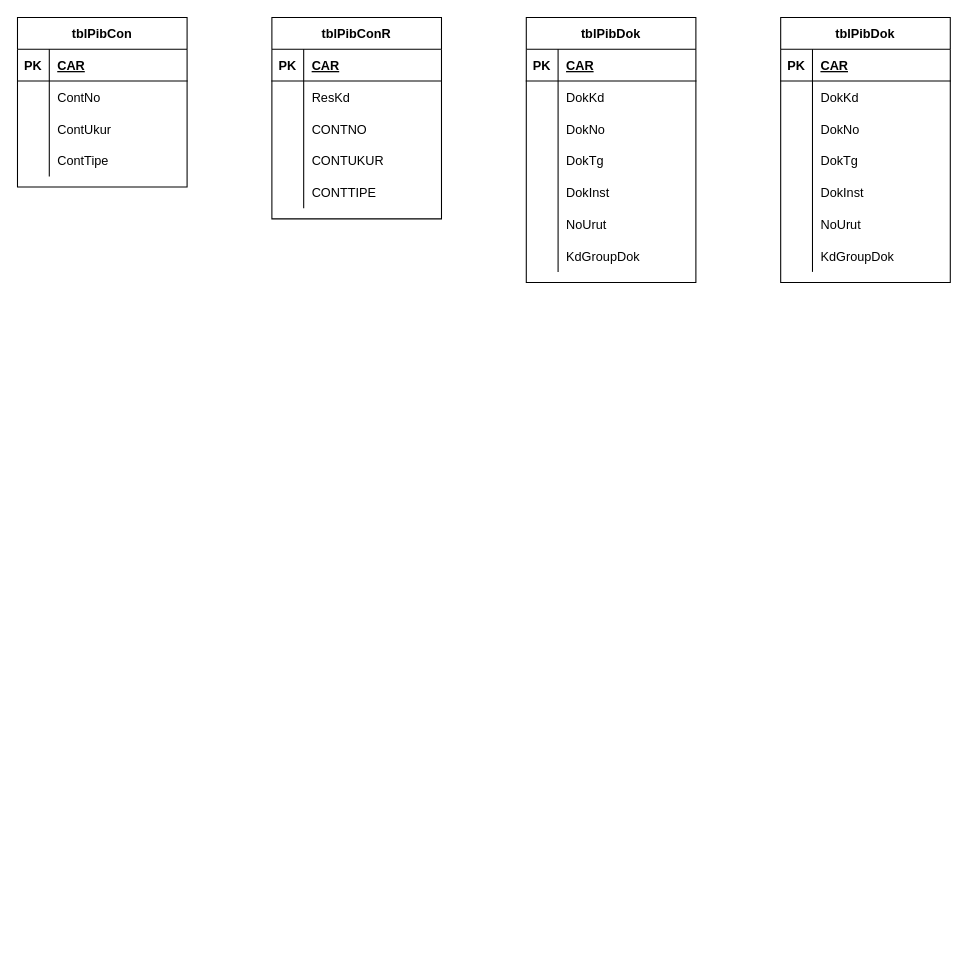
The draw.io diagram pib_table.drawio in 1000pilar/import-system-ii, before the edit. Source tidied: cells renumbered, new cells numbered last; positions are measured from the earlier drawing's top-left corner, leaving out a move shared by most shapes. Both pictures are drawn from the tidied source at 106%, with x=0, y=0 at pixel (17, 17).
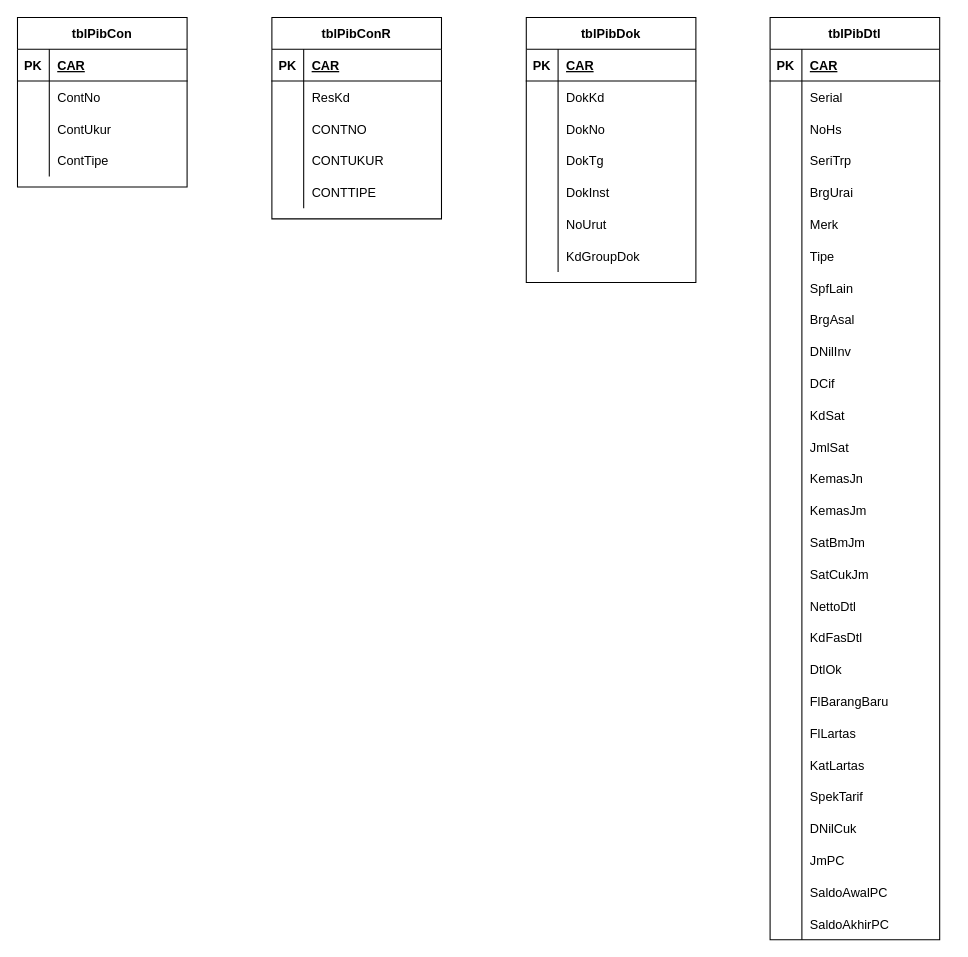
Above is the later version.

Commit message:
Update Import System Table.drawio

Unchanged cells that the change refers to:
```xml
<mxCell id="57" style="shape=partialRectangle;fillColor=none;top=0;left=0;bottom=0;right=0;" parent="53" vertex="1">
  <mxGeometry y="60" width="160" height="30" as="geometry" />
</mxCell>
<mxCell id="60" style="shape=partialRectangle;fillColor=none;top=0;left=0;bottom=0;right=0;" parent="53" vertex="1">
  <mxGeometry y="90" width="160" height="30" as="geometry" />
</mxCell>
<mxCell id="63" style="shape=partialRectangle;fillColor=none;top=0;left=0;bottom=0;right=0;" parent="53" vertex="1">
  <mxGeometry y="120" width="160" height="30" as="geometry" />
</mxCell>
<mxCell id="66" style="shape=partialRectangle;fillColor=none;top=0;left=0;bottom=0;right=0;" parent="53" vertex="1">
  <mxGeometry y="150" width="160" height="30" as="geometry" />
</mxCell>
<mxCell id="69" style="shape=partialRectangle;fillColor=none;top=0;left=0;bottom=0;right=0;" parent="53" vertex="1">
  <mxGeometry y="180" width="160" height="30" as="geometry" />
</mxCell>
<mxCell id="72" style="shape=partialRectangle;fillColor=none;top=0;left=0;bottom=0;right=0;" parent="53" vertex="1">
  <mxGeometry y="210" width="160" height="30" as="geometry" />
</mxCell>
```

Change to the diagram source:
```diff
@@
-    <mxCell id="53" value="tblPibDok" style="shape=table;startSize=30;childLayout=tableLayout;rowLines=0;fontStyle=1;align=center;" parent="1" vertex="1">
-      <mxGeometry x="720" width="160" height="250" as="geometry" />
+    <mxCell id="53" value="tblPibDtl" style="shape=table;startSize=30;childLayout=tableLayout;rowLines=0;fontStyle=1;align=center;" parent="1" vertex="1">
+      <mxGeometry x="710" width="160" height="870" as="geometry" />
     </mxCell>
@@
-    <mxCell id="59" value="DokKd" style="shape=partialRectangle;fillColor=none;top=0;left=0;bottom=0;right=0;align=left;spacingLeft=6;overflow=hidden;" parent="57" vertex="1">
+    <mxCell id="59" value="Serial" style="shape=partialRectangle;fillColor=none;top=0;left=0;bottom=0;right=0;align=left;spacingLeft=6;overflow=hidden;" parent="57" vertex="1">
       <mxGeometry x="30" width="130" height="30" as="geometry" />
     </mxCell>
@@
-    <mxCell id="62" value="DokNo" style="shape=partialRectangle;fillColor=none;top=0;left=0;bottom=0;right=0;align=left;spacingLeft=6;overflow=hidden;" parent="60" vertex="1">
+    <mxCell id="62" value="NoHs" style="shape=partialRectangle;fillColor=none;top=0;left=0;bottom=0;right=0;align=left;spacingLeft=6;overflow=hidden;" parent="60" vertex="1">
       <mxGeometry x="30" width="130" height="30" as="geometry" />
     </mxCell>
@@
-    <mxCell id="65" value="DokTg" style="shape=partialRectangle;fillColor=none;top=0;left=0;bottom=0;right=0;align=left;spacingLeft=6;overflow=hidden;" parent="63" vertex="1">
+    <mxCell id="65" value="SeriTrp" style="shape=partialRectangle;fillColor=none;top=0;left=0;bottom=0;right=0;align=left;spacingLeft=6;overflow=hidden;" parent="63" vertex="1">
       <mxGeometry x="30" width="130" height="30" as="geometry" />
     </mxCell>
@@
-    <mxCell id="68" value="DokInst" style="shape=partialRectangle;fillColor=none;top=0;left=0;bottom=0;right=0;align=left;spacingLeft=6;overflow=hidden;" parent="66" vertex="1">
+    <mxCell id="68" value="BrgUrai" style="shape=partialRectangle;fillColor=none;top=0;left=0;bottom=0;right=0;align=left;spacingLeft=6;overflow=hidden;" parent="66" vertex="1">
       <mxGeometry x="30" width="130" height="30" as="geometry" />
     </mxCell>
@@
-    <mxCell id="71" value="NoUrut" style="shape=partialRectangle;fillColor=none;top=0;left=0;bottom=0;right=0;align=left;spacingLeft=6;overflow=hidden;" parent="69" vertex="1">
+    <mxCell id="71" value="Merk" style="shape=partialRectangle;fillColor=none;top=0;left=0;bottom=0;right=0;align=left;spacingLeft=6;overflow=hidden;" parent="69" vertex="1">
       <mxGeometry x="30" width="130" height="30" as="geometry" />
     </mxCell>
@@
-    <mxCell id="74" value="KdGroupDok" style="shape=partialRectangle;fillColor=none;top=0;left=0;bottom=0;right=0;align=left;spacingLeft=6;overflow=hidden;" parent="72" vertex="1">
+    <mxCell id="74" value="Tipe" style="shape=partialRectangle;fillColor=none;top=0;left=0;bottom=0;right=0;align=left;spacingLeft=6;overflow=hidden;" parent="72" vertex="1">
       <mxGeometry x="30" width="130" height="30" as="geometry" />
     </mxCell>
+    <mxCell id="75" style="shape=partialRectangle;fillColor=none;top=0;left=0;bottom=0;right=0;" parent="53" vertex="1">
+      <mxGeometry y="240" width="160" height="30" as="geometry" />
+    </mxCell>
+    <mxCell id="76" style="shape=partialRectangle;fillColor=none;top=0;left=0;bottom=0;right=0;overflow=hidden;" parent="75" vertex="1">
+      <mxGeometry width="30" height="30" as="geometry" />
+    </mxCell>
+    <mxCell id="77" value="SpfLain" style="shape=partialRectangle;fillColor=none;top=0;left=0;bottom=0;right=0;align=left;spacingLeft=6;overflow=hidden;" parent="75" vertex="1">
+      <mxGeometry x="30" width="130" height="30" as="geometry" />
+    </mxCell>
+    <mxCell id="78" style="shape=partialRectangle;fillColor=none;top=0;left=0;bottom=0;right=0;" parent="53" vertex="1">
+      <mxGeometry y="270" width="160" height="30" as="geometry" />
+    </mxCell>
+    <mxCell id="79" style="shape=partialRectangle;fillColor=none;top=0;left=0;bottom=0;right=0;overflow=hidden;" parent="78" vertex="1">
+      <mxGeometry width="30" height="30" as="geometry" />
+    </mxCell>
+    <mxCell id="80" value="BrgAsal" style="shape=partialRectangle;fillColor=none;top=0;left=0;bottom=0;right=0;align=left;spacingLeft=6;overflow=hidden;" parent="78" vertex="1">
+      <mxGeometry x="30" width="130" height="30" as="geometry" />
+    </mxCell>
+    <mxCell id="81" style="shape=partialRectangle;fillColor=none;top=0;left=0;bottom=0;right=0;" parent="53" vertex="1">
+      <mxGeometry y="300" width="160" height="30" as="geometry" />
+    </mxCell>
+    <mxCell id="82" style="shape=partialRectangle;fillColor=none;top=0;left=0;bottom=0;right=0;overflow=hidden;" parent="81" vertex="1">
+      <mxGeometry width="30" height="30" as="geometry" />
+    </mxCell>
+    <mxCell id="83" value="DNilInv" style="shape=partialRectangle;fillColor=none;top=0;left=0;bottom=0;right=0;align=left;spacingLeft=6;overflow=hidden;" parent="81" vertex="1">
+      <mxGeometry x="30" width="130" height="30" as="geometry" />
+    </mxCell>
+    <mxCell id="84" style="shape=partialRectangle;fillColor=none;top=0;left=0;bottom=0;right=0;" parent="53" vertex="1">
+      <mxGeometry y="330" width="160" height="30" as="geometry" />
+    </mxCell>
+    <mxCell id="85" style="shape=partialRectangle;fillColor=none;top=0;left=0;bottom=0;right=0;overflow=hidden;" parent="84" vertex="1">
+      <mxGeometry width="30" height="30" as="geometry" />
+    </mxCell>
+    <mxCell id="86" value="DCif" style="shape=partialRectangle;fillColor=none;top=0;left=0;bottom=0;right=0;align=left;spacingLeft=6;overflow=hidden;" parent="84" vertex="1">
+      <mxGeometry x="30" width="130" height="30" as="geometry" />
+    </mxCell>
+    <mxCell id="87" style="shape=partialRectangle;fillColor=none;top=0;left=0;bottom=0;right=0;" parent="53" vertex="1">
+      <mxGeometry y="360" width="160" height="30" as="geometry" />
+    </mxCell>
+    <mxCell id="88" style="shape=partialRectangle;fillColor=none;top=0;left=0;bottom=0;right=0;overflow=hidden;" parent="87" vertex="1">
+      <mxGeometry width="30" height="30" as="geometry" />
+    </mxCell>
+    <mxCell id="89" value="KdSat" style="shape=partialRectangle;fillColor=none;top=0;left=0;bottom=0;right=0;align=left;spacingLeft=6;overflow=hidden;" parent="87" vertex="1">
+      <mxGeometry x="30" width="130" height="30" as="geometry" />
+    </mxCell>
+    <mxCell id="90" style="shape=partialRectangle;fillColor=none;top=0;left=0;bottom=0;right=0;" parent="53" vertex="1">
+      <mxGeometry y="390" width="160" height="30" as="geometry" />
+    </mxCell>
+    <mxCell id="91" style="shape=partialRectangle;fillColor=none;top=0;left=0;bottom=0;right=0;overflow=hidden;" parent="90" vertex="1">
+      <mxGeometry width="30" height="30" as="geometry" />
+    </mxCell>
+    <mxCell id="92" value="JmlSat" style="shape=partialRectangle;fillColor=none;top=0;left=0;bottom=0;right=0;align=left;spacingLeft=6;overflow=hidden;" parent="90" vertex="1">
+      <mxGeometry x="30" width="130" height="30" as="geometry" />
+    </mxCell>
+    <mxCell id="93" style="shape=partialRectangle;fillColor=none;top=0;left=0;bottom=0;right=0;" parent="53" vertex="1">
+      <mxGeometry y="420" width="160" height="30" as="geometry" />
+    </mxCell>
+    <mxCell id="94" style="shape=partialRectangle;fillColor=none;top=0;left=0;bottom=0;right=0;overflow=hidden;" parent="93" vertex="1">
+      <mxGeometry width="30" height="30" as="geometry" />
+    </mxCell>
+    <mxCell id="95" value="KemasJn" style="shape=partialRectangle;fillColor=none;top=0;left=0;bottom=0;right=0;align=left;spacingLeft=6;overflow=hidden;" parent="93" vertex="1">
+      <mxGeometry x="30" width="130" height="30" as="geometry" />
+    </mxCell>
+    <mxCell id="96" style="shape=partialRectangle;fillColor=none;top=0;left=0;bottom=0;right=0;" parent="53" vertex="1">
+      <mxGeometry y="450" width="160" height="30" as="geometry" />
+    </mxCell>
+    <mxCell id="97" style="shape=partialRectangle;fillColor=none;top=0;left=0;bottom=0;right=0;overflow=hidden;" parent="96" vertex="1">
+      <mxGeometry width="30" height="30" as="geometry" />
+    </mxCell>
+    <mxCell id="98" value="KemasJm" style="shape=partialRectangle;fillColor=none;top=0;left=0;bottom=0;right=0;align=left;spacingLeft=6;overflow=hidden;" parent="96" vertex="1">
+      <mxGeometry x="30" width="130" height="30" as="geometry" />
+    </mxCell>
+    <mxCell id="99" style="shape=partialRectangle;fillColor=none;top=0;left=0;bottom=0;right=0;" parent="53" vertex="1">
+      <mxGeometry y="480" width="160" height="30" as="geometry" />
+    </mxCell>
+    <mxCell id="100" style="shape=partialRectangle;fillColor=none;top=0;left=0;bottom=0;right=0;overflow=hidden;" parent="99" vertex="1">
+      <mxGeometry width="30" height="30" as="geometry" />
+    </mxCell>
+    <mxCell id="101" value="SatBmJm" style="shape=partialRectangle;fillColor=none;top=0;left=0;bottom=0;right=0;align=left;spacingLeft=6;overflow=hidden;" parent="99" vertex="1">
+      <mxGeometry x="30" width="130" height="30" as="geometry" />
+    </mxCell>
+    <mxCell id="102" style="shape=partialRectangle;fillColor=none;top=0;left=0;bottom=0;right=0;" parent="53" vertex="1">
+      <mxGeometry y="510" width="160" height="30" as="geometry" />
+    </mxCell>
+    <mxCell id="103" style="shape=partialRectangle;fillColor=none;top=0;left=0;bottom=0;right=0;overflow=hidden;" parent="102" vertex="1">
+      <mxGeometry width="30" height="30" as="geometry" />
+    </mxCell>
+    <mxCell id="104" value="SatCukJm" style="shape=partialRectangle;fillColor=none;top=0;left=0;bottom=0;right=0;align=left;spacingLeft=6;overflow=hidden;" parent="102" vertex="1">
+      <mxGeometry x="30" width="130" height="30" as="geometry" />
+    </mxCell>
+    <mxCell id="105" style="shape=partialRectangle;fillColor=none;top=0;left=0;bottom=0;right=0;" parent="53" vertex="1">
+      <mxGeometry y="540" width="160" height="30" as="geometry" />
+    </mxCell>
+    <mxCell id="106" style="shape=partialRectangle;fillColor=none;top=0;left=0;bottom=0;right=0;overflow=hidden;" parent="105" vertex="1">
+      <mxGeometry width="30" height="30" as="geometry" />
+    </mxCell>
+    <mxCell id="107" value="NettoDtl" style="shape=partialRectangle;fillColor=none;top=0;left=0;bottom=0;right=0;align=left;spacingLeft=6;overflow=hidden;" parent="105" vertex="1">
+      <mxGeometry x="30" width="130" height="30" as="geometry" />
+    </mxCell>
+    <mxCell id="108" style="shape=partialRectangle;fillColor=none;top=0;left=0;bottom=0;right=0;" parent="53" vertex="1">
+      <mxGeometry y="570" width="160" height="30" as="geometry" />
+    </mxCell>
+    <mxCell id="109" style="shape=partialRectangle;fillColor=none;top=0;left=0;bottom=0;right=0;overflow=hidden;" parent="108" vertex="1">
+      <mxGeometry width="30" height="30" as="geometry" />
+    </mxCell>
+    <mxCell id="110" value="KdFasDtl" style="shape=partialRectangle;fillColor=none;top=0;left=0;bottom=0;right=0;align=left;spacingLeft=6;overflow=hidden;" parent="108" vertex="1">
+      <mxGeometry x="30" width="130" height="30" as="geometry" />
+    </mxCell>
+    <mxCell id="111" style="shape=partialRectangle;fillColor=none;top=0;left=0;bottom=0;right=0;" parent="53" vertex="1">
+      <mxGeometry y="600" width="160" height="30" as="geometry" />
+    </mxCell>
+    <mxCell id="112" style="shape=partialRectangle;fillColor=none;top=0;left=0;bottom=0;right=0;overflow=hidden;" parent="111" vertex="1">
+      <mxGeometry width="30" height="30" as="geometry" />
+    </mxCell>
+    <mxCell id="113" value="DtlOk" style="shape=partialRectangle;fillColor=none;top=0;left=0;bottom=0;right=0;align=left;spacingLeft=6;overflow=hidden;" parent="111" vertex="1">
+      <mxGeometry x="30" width="130" height="30" as="geometry" />
+    </mxCell>
+    <mxCell id="114" style="shape=partialRectangle;fillColor=none;top=0;left=0;bottom=0;right=0;" parent="53" vertex="1">
+      <mxGeometry y="630" width="160" height="30" as="geometry" />
+    </mxCell>
+    <mxCell id="115" style="shape=partialRectangle;fillColor=none;top=0;left=0;bottom=0;right=0;overflow=hidden;" parent="114" vertex="1">
+      <mxGeometry width="30" height="30" as="geometry" />
+    </mxCell>
+    <mxCell id="116" value="FlBarangBaru" style="shape=partialRectangle;fillColor=none;top=0;left=0;bottom=0;right=0;align=left;spacingLeft=6;overflow=hidden;" parent="114" vertex="1">
+      <mxGeometry x="30" width="130" height="30" as="geometry" />
+    </mxCell>
+    <mxCell id="117" style="shape=partialRectangle;fillColor=none;top=0;left=0;bottom=0;right=0;" parent="53" vertex="1">
+      <mxGeometry y="660" width="160" height="30" as="geometry" />
+    </mxCell>
+    <mxCell id="118" style="shape=partialRectangle;fillColor=none;top=0;left=0;bottom=0;right=0;overflow=hidden;" parent="117" vertex="1">
+      <mxGeometry width="30" height="30" as="geometry" />
+    </mxCell>
+    <mxCell id="119" value="FlLartas" style="shape=partialRectangle;fillColor=none;top=0;left=0;bottom=0;right=0;align=left;spacingLeft=6;overflow=hidden;" parent="117" vertex="1">
+      <mxGeometry x="30" width="130" height="30" as="geometry" />
+    </mxCell>
+    <mxCell id="120" style="shape=partialRectangle;fillColor=none;top=0;left=0;bottom=0;right=0;" parent="53" vertex="1">
+      <mxGeometry y="690" width="160" height="30" as="geometry" />
+    </mxCell>
+    <mxCell id="121" style="shape=partialRectangle;fillColor=none;top=0;left=0;bottom=0;right=0;overflow=hidden;" parent="120" vertex="1">
+      <mxGeometry width="30" height="30" as="geometry" />
+    </mxCell>
+    <mxCell id="122" value="KatLartas" style="shape=partialRectangle;fillColor=none;top=0;left=0;bottom=0;right=0;align=left;spacingLeft=6;overflow=hidden;" parent="120" vertex="1">
+      <mxGeometry x="30" width="130" height="30" as="geometry" />
+    </mxCell>
+    <mxCell id="123" style="shape=partialRectangle;fillColor=none;top=0;left=0;bottom=0;right=0;" parent="53" vertex="1">
+      <mxGeometry y="720" width="160" height="30" as="geometry" />
+    </mxCell>
+    <mxCell id="124" style="shape=partialRectangle;fillColor=none;top=0;left=0;bottom=0;right=0;overflow=hidden;" parent="123" vertex="1">
+      <mxGeometry width="30" height="30" as="geometry" />
+    </mxCell>
+    <mxCell id="125" value="SpekTarif" style="shape=partialRectangle;fillColor=none;top=0;left=0;bottom=0;right=0;align=left;spacingLeft=6;overflow=hidden;" parent="123" vertex="1">
+      <mxGeometry x="30" width="130" height="30" as="geometry" />
+    </mxCell>
+    <mxCell id="126" style="shape=partialRectangle;fillColor=none;top=0;left=0;bottom=0;right=0;" parent="53" vertex="1">
+      <mxGeometry y="750" width="160" height="30" as="geometry" />
+    </mxCell>
+    <mxCell id="127" style="shape=partialRectangle;fillColor=none;top=0;left=0;bottom=0;right=0;overflow=hidden;" parent="126" vertex="1">
+      <mxGeometry width="30" height="30" as="geometry" />
+    </mxCell>
+    <mxCell id="128" value="DNilCuk" style="shape=partialRectangle;fillColor=none;top=0;left=0;bottom=0;right=0;align=left;spacingLeft=6;overflow=hidden;" parent="126" vertex="1">
+      <mxGeometry x="30" width="130" height="30" as="geometry" />
+    </mxCell>
+    <mxCell id="129" style="shape=partialRectangle;fillColor=none;top=0;left=0;bottom=0;right=0;" parent="53" vertex="1">
+      <mxGeometry y="780" width="160" height="30" as="geometry" />
+    </mxCell>
+    <mxCell id="130" style="shape=partialRectangle;fillColor=none;top=0;left=0;bottom=0;right=0;overflow=hidden;" parent="129" vertex="1">
+      <mxGeometry width="30" height="30" as="geometry" />
+    </mxCell>
+    <mxCell id="131" value="JmPC" style="shape=partialRectangle;fillColor=none;top=0;left=0;bottom=0;right=0;align=left;spacingLeft=6;overflow=hidden;" parent="129" vertex="1">
+      <mxGeometry x="30" width="130" height="30" as="geometry" />
+    </mxCell>
+    <mxCell id="132" style="shape=partialRectangle;fillColor=none;top=0;left=0;bottom=0;right=0;" parent="53" vertex="1">
+      <mxGeometry y="810" width="160" height="30" as="geometry" />
+    </mxCell>
+    <mxCell id="133" style="shape=partialRectangle;fillColor=none;top=0;left=0;bottom=0;right=0;overflow=hidden;" parent="132" vertex="1">
+      <mxGeometry width="30" height="30" as="geometry" />
+    </mxCell>
+    <mxCell id="134" value="SaldoAwalPC" style="shape=partialRectangle;fillColor=none;top=0;left=0;bottom=0;right=0;align=left;spacingLeft=6;overflow=hidden;" parent="132" vertex="1">
+      <mxGeometry x="30" width="130" height="30" as="geometry" />
+    </mxCell>
+    <mxCell id="135" style="shape=partialRectangle;fillColor=none;top=0;left=0;bottom=0;right=0;" parent="53" vertex="1">
+      <mxGeometry y="840" width="160" height="30" as="geometry" />
+    </mxCell>
+    <mxCell id="136" style="shape=partialRectangle;fillColor=none;top=0;left=0;bottom=0;right=0;overflow=hidden;" parent="135" vertex="1">
+      <mxGeometry width="30" height="30" as="geometry" />
+    </mxCell>
+    <mxCell id="137" value="SaldoAkhirPC" style="shape=partialRectangle;fillColor=none;top=0;left=0;bottom=0;right=0;align=left;spacingLeft=6;overflow=hidden;" parent="135" vertex="1">
+      <mxGeometry x="30" width="130" height="30" as="geometry" />
+    </mxCell>
```
